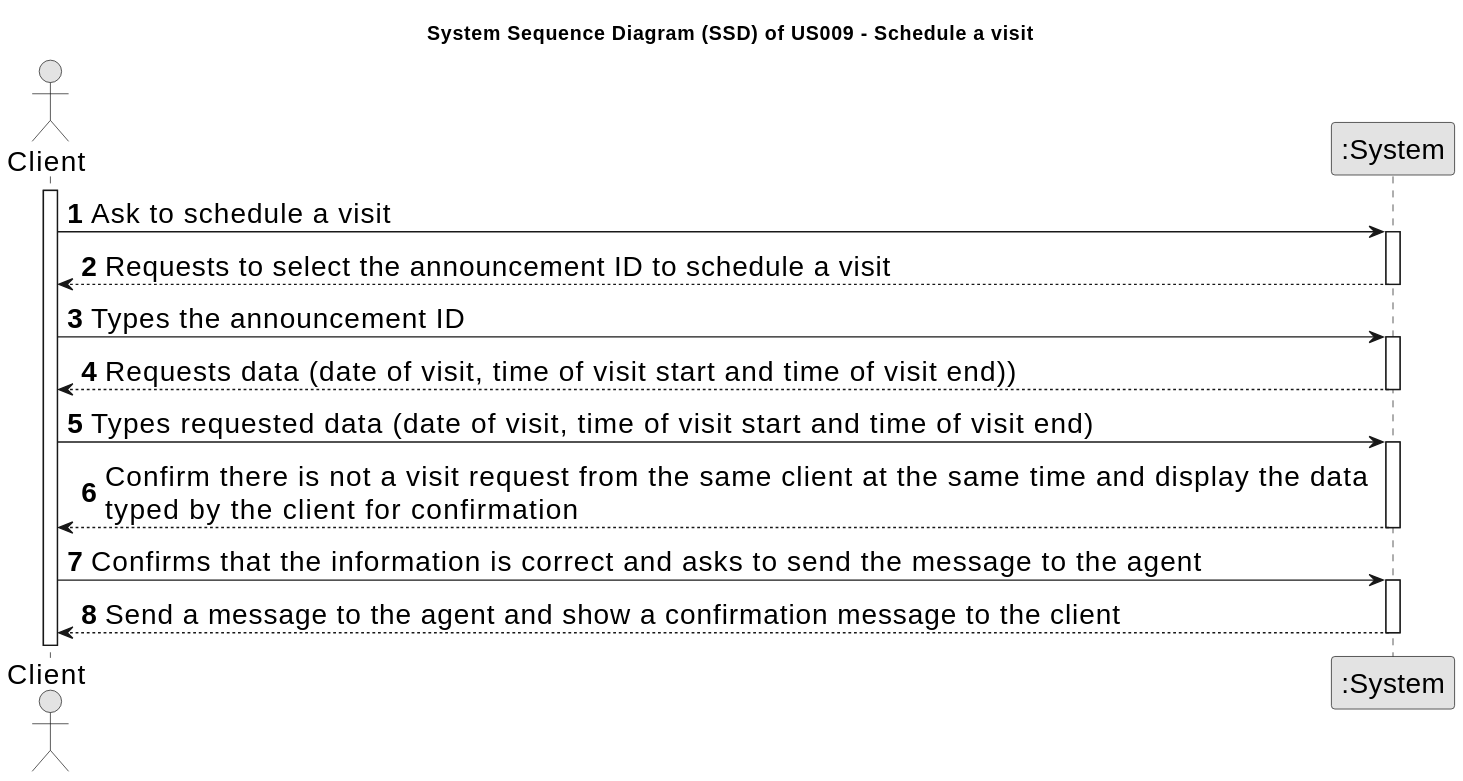
Before: docs/sprintC/us009/01.requirements-engineering/svg/us009-system-sequence-diagram.svg, a diagram exported from PlantUML (Goncalves2525/real-estate-management-system). Its diagram source:
```plantuml
@startuml
skinparamlocked defaultFontSize 20
skinparam monochrome true
skinparam packageStyle rectangle
skinparam shadowing false

title System Sequence Diagram (SSD) of US009 - Schedule a visit

autonumber

actor "Client" as Client
participant ":System" as System

activate Client


    Client -> System : Ask to schedule a visit
        activate System

        System --> Client : Requests to select the announcement ID to schedule a visit
    deactivate System

    Client -> System : Types the announcement ID
        activate System

        System --> Client : Requests data (date of visit, time of visit start and time of visit end))
    deactivate System

    Client -> System : Types requested data (date of visit, time of visit start and time of visit end)
        activate System

        System --> Client : Confirm there is not a visit request from the same client at the same time and display the data \ntyped by the client for confirmation
    deactivate System

    Client -> System : Confirms that the information is correct and asks to send the message to the agent
        activate System

        System --> Client : Send a message to the agent and show a confirmation message to the client
    deactivate System
@enduml
```
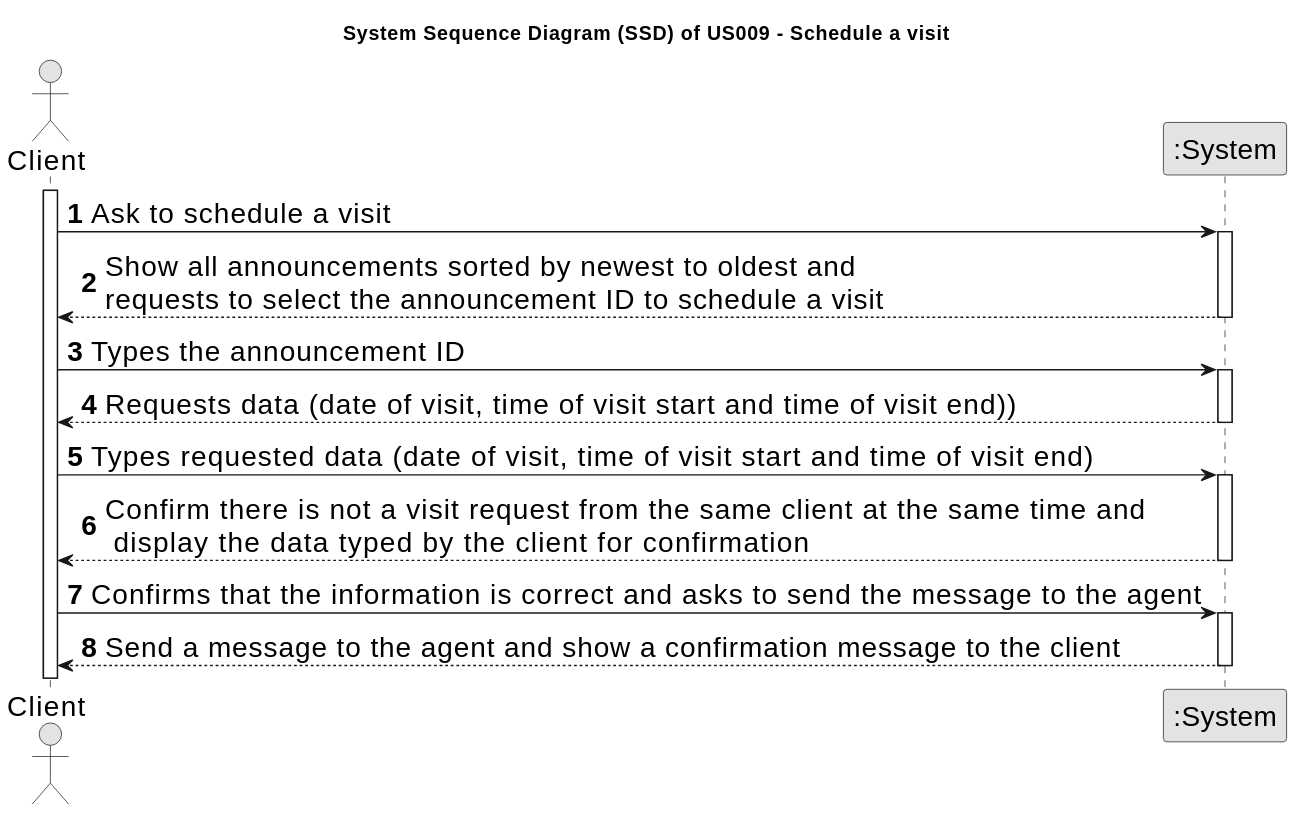
The same file after the commit.

The edit, as a diff of the source:
```diff
@@ -17,7 +17,7 @@
     Client -> System : Ask to schedule a visit
         activate System
 
-        System --> Client : Requests to select the announcement ID to schedule a visit
+        System --> Client : Show all announcements sorted by newest to oldest and \nrequests to select the announcement ID to schedule a visit
     deactivate System
 
     Client -> System : Types the announcement ID
@@ -29,7 +29,7 @@
     Client -> System : Types requested data (date of visit, time of visit start and time of visit end)
         activate System
 
-        System --> Client : Confirm there is not a visit request from the same client at the same time and display the data \ntyped by the client for confirmation
+        System --> Client : Confirm there is not a visit request from the same client at the same time and\n display the data typed by the client for confirmation
     deactivate System
 
     Client -> System : Confirms that the information is correct and asks to send the message to the agent
```
